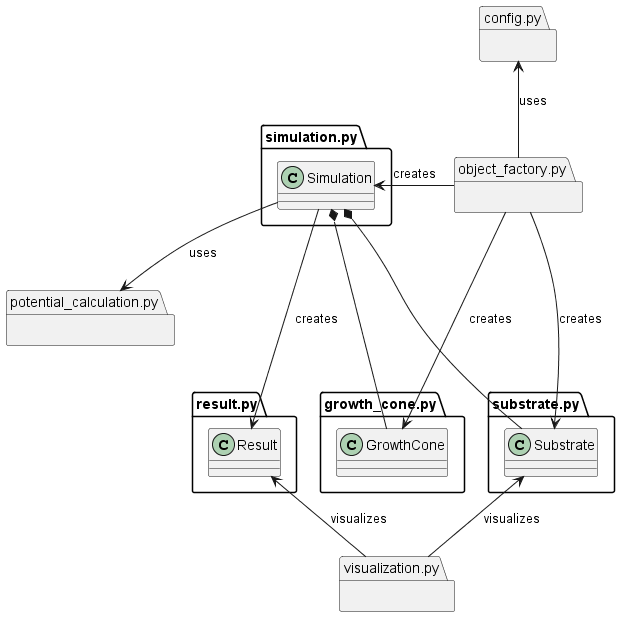
Above: docs/diagram/overview.png in yavuzkaraca/Topographic-Projection-Sim (PlantUML), before the change.
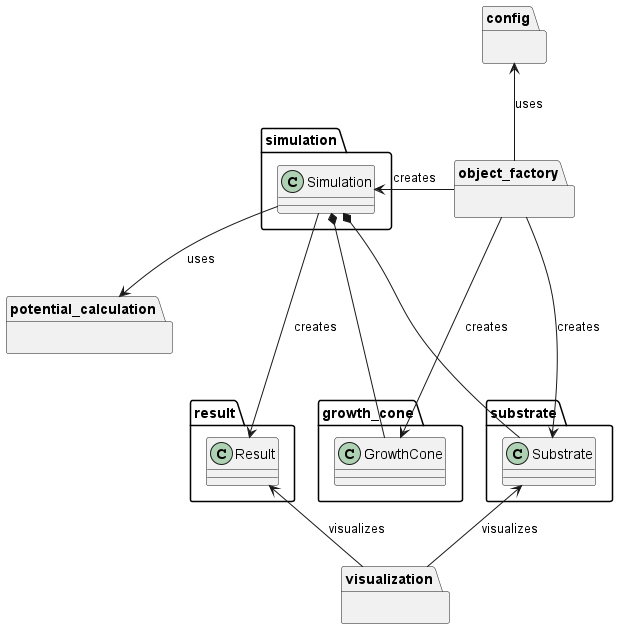
After the commit.

Change to the diagram source:
```diff
@@ -1,37 +1,37 @@
-@startuml overview
-package config.py{
+@startuml Overview
+package config{
 
 }
-package growth_cone.py{
+package growth_cone{
     class GrowthCone
 }
-package potential_calculation.py{
+package potential_calculation{
 
 }
-package result.py{
+package result{
     class Result
 }
-package object_factory.py{
+package object_factory{
 
 }
-package simulation.py{
+package simulation{
     class Simulation
 }
-package substrate.py{
+package substrate{
     class Substrate
 }
-package visualization.py{
+package visualization{
 
 }
 
-config.py <-- object_factory.py :  uses
-object_factory.py --> GrowthCone : creates
-object_factory.py --> Substrate : creates
-object_factory.py -> Simulation : creates
-Simulation --> potential_calculation.py : uses
+config <-- object_factory :  uses
+object_factory --> GrowthCone : creates
+object_factory --> Substrate : creates
+object_factory -> Simulation : creates
+Simulation --> potential_calculation : uses
 Simulation ---> Result : creates
-Result <-- visualization.py : visualizes
-Substrate <-- visualization.py : visualizes
+Result <-- visualization : visualizes
+Substrate <-- visualization : visualizes
 
 Simulation *--- Substrate
 Simulation *--- GrowthCone
```
